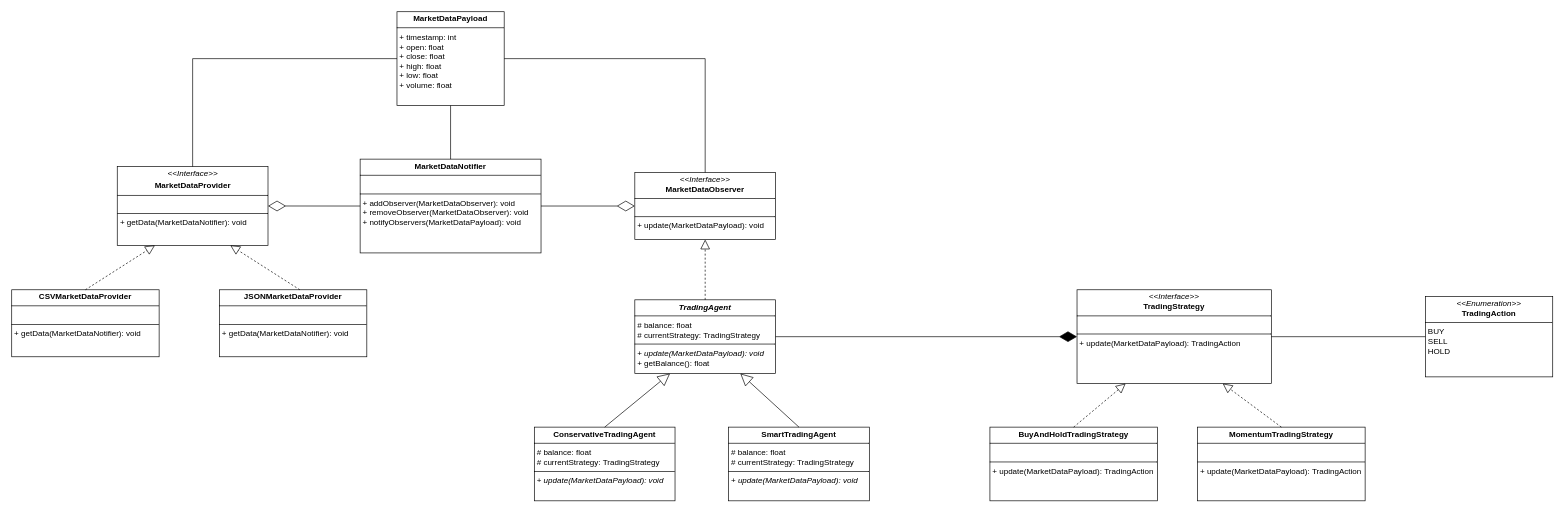
This is assets/uml.drawio from Filipeak/mini-hedge-fund, a draw.io file, before an edit. Source tidied: cells renumbered, new cells numbered last; positions are measured from the earlier drawing's top-left corner, leaving out a move shared by most shapes. Both pictures are drawn from the tidied source at 67%, with x=0, y=0 at pixel (11, 11).
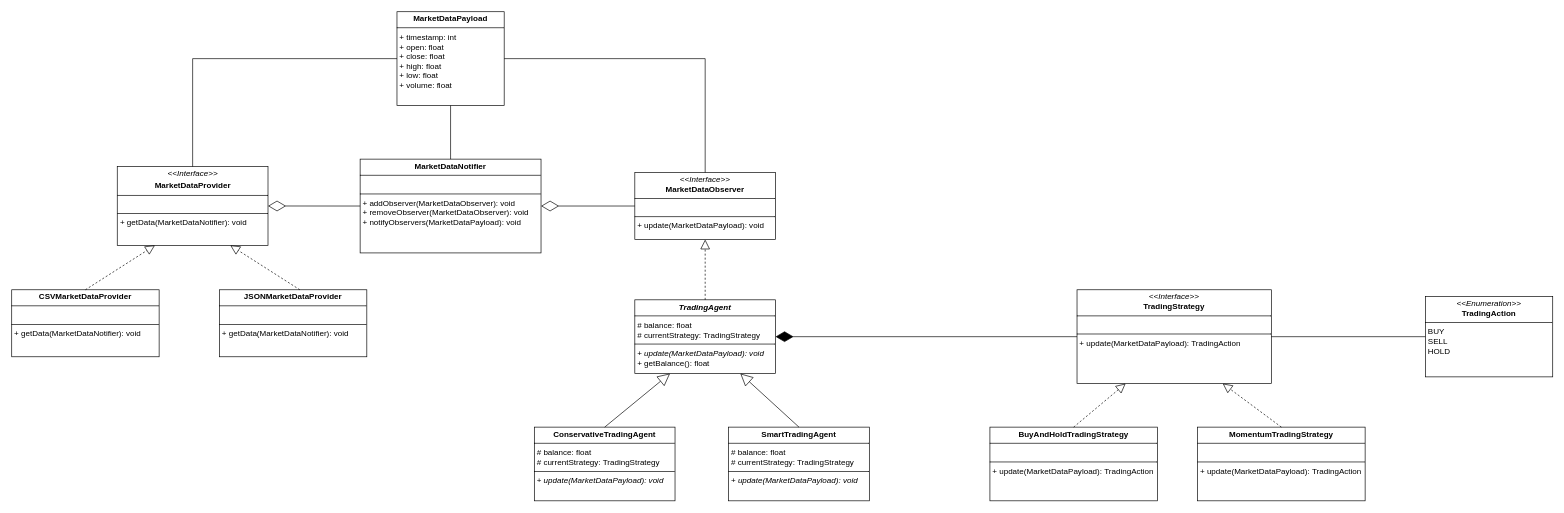
Above is the later version.

Commit message (it also covers changes not shown here):
Fix arrows directions

Unchanged cells that the change refers to:
```xml
<mxCell id="2" value="&lt;p style=&quot;margin:0px;margin-top:4px;text-align:center;&quot;&gt;&lt;b&gt;MarketDataNotifier&lt;/b&gt;&lt;/p&gt;&lt;hr size=&quot;1&quot; style=&quot;border-style:solid;&quot;&gt;&lt;p style=&quot;margin:0px;margin-left:4px;&quot;&gt;&lt;br&gt;&lt;/p&gt;&lt;hr size=&quot;1&quot; style=&quot;border-style:solid;&quot;&gt;&lt;p style=&quot;margin:0px;margin-left:4px;&quot;&gt;&lt;span style=&quot;background-color: transparent; color: light-dark(rgb(0, 0, 0), rgb(255, 255, 255));&quot;&gt;+ addObserver(MarketDataObserver): void&lt;/span&gt;&lt;/p&gt;&lt;p style=&quot;margin:0px;margin-left:4px;&quot;&gt;+ removeObserver(MarketDataObserver): void&lt;/p&gt;&lt;p style=&quot;margin:0px;margin-left:4px;&quot;&gt;+ notifyObservers(MarketDataPayload): void&lt;/p&gt;" style="verticalAlign=top;align=left;overflow=fill;html=1;whiteSpace=wrap;" parent="1" vertex="1">
  <mxGeometry x="520" y="220" width="270" height="140" as="geometry" />
</mxCell>
<mxCell id="4" value="&lt;p style=&quot;margin:0px;margin-top:4px;text-align:center;&quot;&gt;&lt;i&gt;&amp;lt;&amp;lt;Interface&amp;gt;&amp;gt;&lt;/i&gt;&lt;br&gt;&lt;b&gt;MarketDataObserver&lt;/b&gt;&lt;/p&gt;&lt;hr size=&quot;1&quot; style=&quot;border-style:solid;&quot;&gt;&lt;p style=&quot;margin:0px;margin-left:4px;&quot;&gt;&lt;br&gt;&lt;/p&gt;&lt;hr size=&quot;1&quot; style=&quot;border-style:solid;&quot;&gt;&lt;p style=&quot;margin:0px;margin-left:4px;&quot;&gt;+ update(MarketDataPayload): void&lt;br&gt;&lt;/p&gt;" style="verticalAlign=top;align=left;overflow=fill;html=1;whiteSpace=wrap;" parent="1" vertex="1">
  <mxGeometry x="930" y="240" width="210" height="100" as="geometry" />
</mxCell>
<mxCell id="5" value="&lt;p style=&quot;margin:0px;margin-top:4px;text-align:center;&quot;&gt;&lt;b&gt;&lt;i&gt;TradingAgent&lt;/i&gt;&lt;/b&gt;&lt;/p&gt;&lt;hr size=&quot;1&quot; style=&quot;border-style:solid;&quot;&gt;&lt;p style=&quot;margin:0px;margin-left:4px;&quot;&gt;# balance: float&lt;/p&gt;&lt;p style=&quot;margin:0px;margin-left:4px;&quot;&gt;# currentStrategy: TradingStrategy&lt;/p&gt;&lt;hr size=&quot;1&quot; style=&quot;border-style:solid;&quot;&gt;&lt;p style=&quot;margin:0px;margin-left:4px;&quot;&gt;+ &lt;i&gt;update(MarketDataPayload): void&lt;/i&gt;&lt;br&gt;&lt;/p&gt;&lt;p style=&quot;margin:0px;margin-left:4px;&quot;&gt;+ getBalance(): float&lt;/p&gt;&lt;p style=&quot;margin:0px;margin-left:4px;&quot;&gt;&lt;br&gt;&lt;/p&gt;" style="verticalAlign=top;align=left;overflow=fill;html=1;whiteSpace=wrap;" parent="1" vertex="1">
  <mxGeometry x="930" y="430" width="210" height="110" as="geometry" />
</mxCell>
<mxCell id="11" value="&lt;p style=&quot;margin:0px;margin-top:4px;text-align:center;&quot;&gt;&lt;i&gt;&amp;lt;&amp;lt;Interface&amp;gt;&amp;gt;&lt;/i&gt;&lt;br&gt;&lt;b&gt;TradingStrategy&lt;/b&gt;&lt;/p&gt;&lt;hr size=&quot;1&quot; style=&quot;border-style:solid;&quot;&gt;&lt;p style=&quot;margin:0px;margin-left:4px;&quot;&gt;&lt;br&gt;&lt;/p&gt;&lt;hr size=&quot;1&quot; style=&quot;border-style:solid;&quot;&gt;&lt;p style=&quot;margin:0px;margin-left:4px;&quot;&gt;+ update(MarketDataPayload): TradingAction&lt;br&gt;&lt;/p&gt;" style="verticalAlign=top;align=left;overflow=fill;html=1;whiteSpace=wrap;" parent="1" vertex="1">
  <mxGeometry x="1590" y="415" width="290" height="140" as="geometry" />
</mxCell>
```

Diff of the diagram source:
```diff
@@
-    <mxCell id="20" style="endArrow=diamondThin;endFill=0;endSize=24;html=1;rounded=0;entryX=0;entryY=0.5;entryDx=0;entryDy=0;exitX=1;exitY=0.5;exitDx=0;exitDy=0;" parent="1" edge="1" source="2" target="4">
-      <mxGeometry relative="1" as="geometry" />
-    </mxCell>
-    <mxCell id="21" style="endArrow=diamondThin;endFill=1;endSize=24;html=1;rounded=0;entryX=0;entryY=0.5;entryDx=0;entryDy=0;exitX=1;exitY=0.5;exitDx=0;exitDy=0;" parent="1" edge="1" source="5" target="11">
-      <mxGeometry relative="1" as="geometry" />
-    </mxCell>
@@
+    <mxCell id="29" style="endArrow=diamondThin;endFill=0;endSize=24;html=1;rounded=0;entryX=1;entryY=0.5;entryDx=0;entryDy=0;exitX=0;exitY=0.5;exitDx=0;exitDy=0;" parent="1" edge="1" source="4" target="2">
+      <mxGeometry relative="1" as="geometry" />
+    </mxCell>
+    <mxCell id="30" style="endArrow=diamondThin;endFill=1;endSize=24;html=1;rounded=0;entryX=1;entryY=0.5;entryDx=0;entryDy=0;exitX=0;exitY=0.5;exitDx=0;exitDy=0;" parent="1" edge="1" source="11" target="5">
+      <mxGeometry relative="1" as="geometry" />
+    </mxCell>
```
